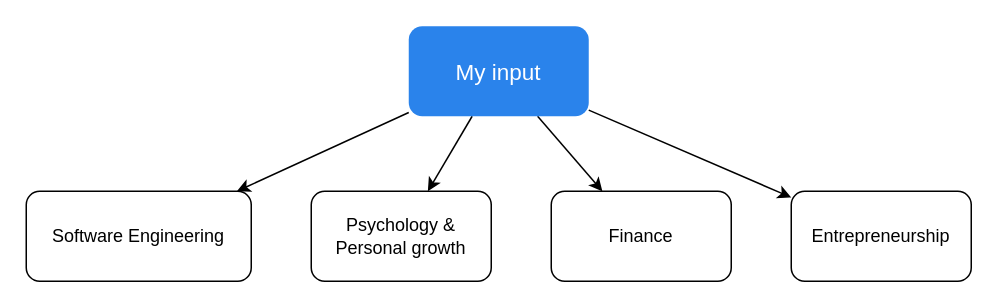
Earlier version of the draw.io diagram My input.drawio (alfonsograziano/personal-blog). Source tidied: cells renumbered, new cells numbered last; positions are measured from the earlier drawing's top-left corner, leaving out a move shared by most shapes. Both pictures are drawn from the tidied source at 150%, with x=0, y=0 at pixel (26, 26).
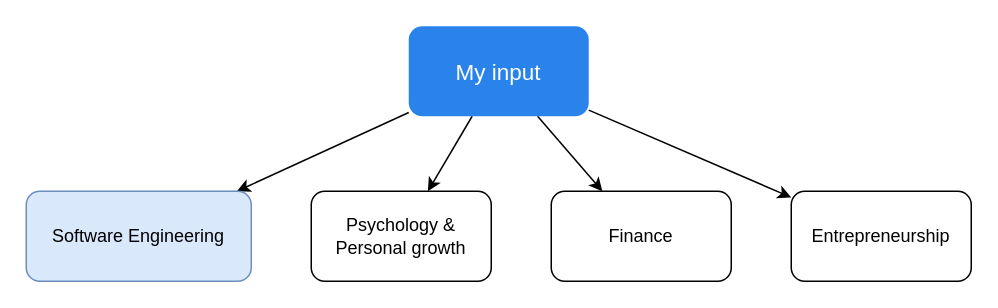
Above is the later version.

The edit, as a diff of the source:
```diff
@@
 <mxGraphModel>
   <root>
     <mxCell id="0" />
     <mxCell id="1" parent="0" />
     <mxCell id="2" style="rounded=0;jettySize=auto;html=1;" parent="1" edge="1" source="6" target="7">
       <mxGeometry relative="1" as="geometry" />
     </mxCell>
     <mxCell id="3" style="edgeStyle=none;rounded=0;jettySize=auto;html=1;" parent="1" edge="1" source="6" target="8">
       <mxGeometry relative="1" as="geometry" />
     </mxCell>
     <mxCell id="4" style="edgeStyle=none;rounded=0;jettySize=auto;html=1;" parent="1" edge="1" source="6" target="9">
       <mxGeometry relative="1" as="geometry" />
     </mxCell>
     <mxCell id="5" style="edgeStyle=none;rounded=0;jettySize=auto;html=1;" parent="1" edge="1" source="6" target="10">
       <mxGeometry relative="1" as="geometry" />
     </mxCell>
     <mxCell id="6" value="My input" style="rounded=1;whiteSpace=wrap;html=1;fontSize=15;fillColor=#2a83eb;strokeColor=none;fontColor=#ffffff;" parent="1" vertex="1">
       <mxGeometry x="255" width="120" height="60" as="geometry" />
     </mxCell>
-    <mxCell id="7" value="Software Engineering" style="rounded=1;whiteSpace=wrap;html=1;" parent="1" vertex="1">
+    <mxCell id="7" value="Software Engineering" style="rounded=1;whiteSpace=wrap;html=1;fillColor=#dae8fc;strokeColor=#6c8ebf;" parent="1" vertex="1">
       <mxGeometry y="110" width="150" height="60" as="geometry" />
     </mxCell>
     <mxCell id="8" value="Psychology &amp;amp; Personal growth" style="rounded=1;whiteSpace=wrap;html=1;" parent="1" vertex="1">
       <mxGeometry x="190" y="110" width="120" height="60" as="geometry" />
     </mxCell>
     <mxCell id="9" value="Finance" style="rounded=1;whiteSpace=wrap;html=1;" parent="1" vertex="1">
       <mxGeometry x="350" y="110" width="120" height="60" as="geometry" />
     </mxCell>
     <mxCell id="10" value="Entrepreneurship" style="rounded=1;whiteSpace=wrap;html=1;" parent="1" vertex="1">
       <mxGeometry x="510" y="110" width="120" height="60" as="geometry" />
     </mxCell>
   </root>
 </mxGraphModel>
```
